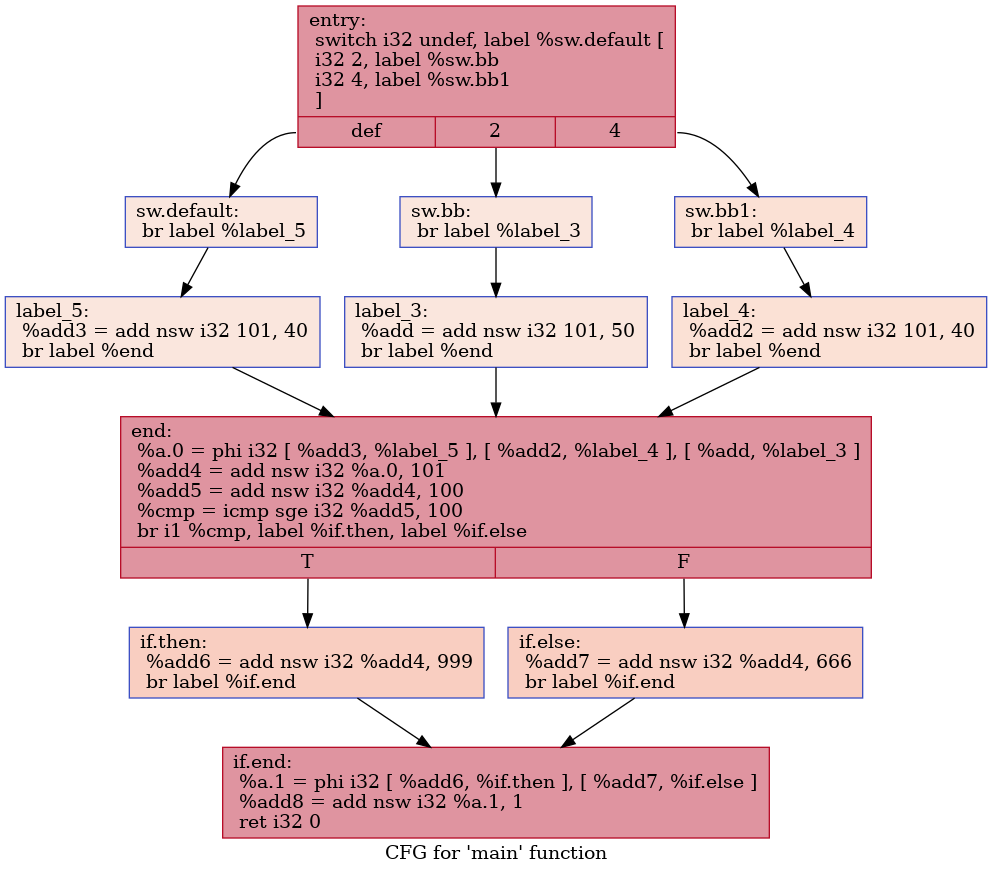
The Graphviz diagram IR/cfg/baseline.dot.png in HPSSA-LLVM/HPSSA-LLVM, before a commit. Its source is kept beside it as IR/cfg/baseline.dot.
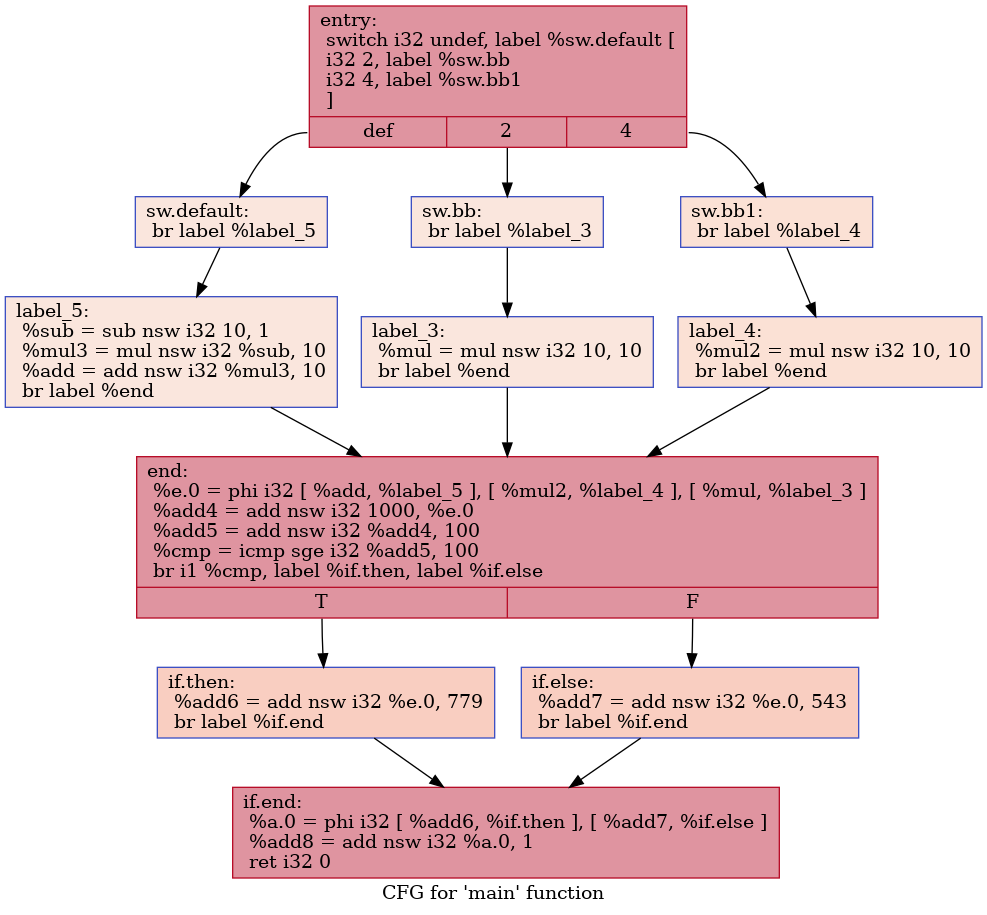
After the change.

The edit, as a diff of the source:
```diff
@@ -1,28 +1,28 @@
 digraph "CFG for 'main' function" {
 	label="CFG for 'main' function";
 
-	Node0x55ea3632d850 [shape=record,color="#b70d28ff", style=filled, fillcolor="#b70d2870",label="{entry:\l  switch i32 undef, label %sw.default [\l    i32 2, label %sw.bb\l    i32 4, label %sw.bb1\l  ]\l|{<s0>def|<s1>2|<s2>4}}"];
-	Node0x55ea3632d850:s0 -> Node0x55ea3632ddb0;
-	Node0x55ea3632d850:s1 -> Node0x55ea3632de30;
-	Node0x55ea3632d850:s2 -> Node0x55ea3632ded0;
-	Node0x55ea3632de30 [shape=record,color="#3d50c3ff", style=filled, fillcolor="#f3c7b170",label="{sw.bb:                                            \l  br label %label_3\l}"];
-	Node0x55ea3632de30 -> Node0x55ea3632e060;
-	Node0x55ea3632ded0 [shape=record,color="#3d50c3ff", style=filled, fillcolor="#f7bca170",label="{sw.bb1:                                           \l  br label %label_4\l}"];
-	Node0x55ea3632ded0 -> Node0x55ea3632e140;
-	Node0x55ea3632ddb0 [shape=record,color="#3d50c3ff", style=filled, fillcolor="#f3c7b170",label="{sw.default:                                       \l  br label %label_5\l}"];
-	Node0x55ea3632ddb0 -> Node0x55ea3632e220;
-	Node0x55ea3632e060 [shape=record,color="#3d50c3ff", style=filled, fillcolor="#f3c7b170",label="{label_3:                                          \l  %add = add nsw i32 101, 50\l  br label %end\l}"];
-	Node0x55ea3632e060 -> Node0x55ea3632e410;
-	Node0x55ea3632e140 [shape=record,color="#3d50c3ff", style=filled, fillcolor="#f7bca170",label="{label_4:                                          \l  %add2 = add nsw i32 101, 40\l  br label %end\l}"];
-	Node0x55ea3632e140 -> Node0x55ea3632e410;
-	Node0x55ea3632e220 [shape=record,color="#3d50c3ff", style=filled, fillcolor="#f3c7b170",label="{label_5:                                          \l  %add3 = add nsw i32 101, 40\l  br label %end\l}"];
-	Node0x55ea3632e220 -> Node0x55ea3632e410;
-	Node0x55ea3632e410 [shape=record,color="#b70d28ff", style=filled, fillcolor="#b70d2870",label="{end:                                              \l  %a.0 = phi i32 [ %add3, %label_5 ], [ %add2, %label_4 ], [ %add, %label_3 ]\l  %add4 = add nsw i32 %a.0, 101\l  %add5 = add nsw i32 %add4, 100\l  %cmp = icmp sge i32 %add5, 100\l  br i1 %cmp, label %if.then, label %if.else\l|{<s0>T|<s1>F}}"];
-	Node0x55ea3632e410:s0 -> Node0x55ea3632ec30;
-	Node0x55ea3632e410:s1 -> Node0x55ea3632eca0;
-	Node0x55ea3632ec30 [shape=record,color="#3d50c3ff", style=filled, fillcolor="#f2907270",label="{if.then:                                          \l  %add6 = add nsw i32 %add4, 999\l  br label %if.end\l}"];
-	Node0x55ea3632ec30 -> Node0x55ea3632eea0;
-	Node0x55ea3632eca0 [shape=record,color="#3d50c3ff", style=filled, fillcolor="#f2907270",label="{if.else:                                          \l  %add7 = add nsw i32 %add4, 666\l  br label %if.end\l}"];
-	Node0x55ea3632eca0 -> Node0x55ea3632eea0;
-	Node0x55ea3632eea0 [shape=record,color="#b70d28ff", style=filled, fillcolor="#b70d2870",label="{if.end:                                           \l  %a.1 = phi i32 [ %add6, %if.then ], [ %add7, %if.else ]\l  %add8 = add nsw i32 %a.1, 1\l  ret i32 0\l}"];
+	Node0x559b91c5f880 [shape=record,color="#b70d28ff", style=filled, fillcolor="#b70d2870",label="{entry:\l  switch i32 undef, label %sw.default [\l    i32 2, label %sw.bb\l    i32 4, label %sw.bb1\l  ]\l|{<s0>def|<s1>2|<s2>4}}"];
+	Node0x559b91c5f880:s0 -> Node0x559b91c5fde0;
+	Node0x559b91c5f880:s1 -> Node0x559b91c5fe60;
+	Node0x559b91c5f880:s2 -> Node0x559b91c5ff00;
+	Node0x559b91c5fe60 [shape=record,color="#3d50c3ff", style=filled, fillcolor="#f3c7b170",label="{sw.bb:                                            \l  br label %label_3\l}"];
+	Node0x559b91c5fe60 -> Node0x559b91c60090;
+	Node0x559b91c5ff00 [shape=record,color="#3d50c3ff", style=filled, fillcolor="#f7bca170",label="{sw.bb1:                                           \l  br label %label_4\l}"];
+	Node0x559b91c5ff00 -> Node0x559b91c60170;
+	Node0x559b91c5fde0 [shape=record,color="#3d50c3ff", style=filled, fillcolor="#f3c7b170",label="{sw.default:                                       \l  br label %label_5\l}"];
+	Node0x559b91c5fde0 -> Node0x559b91c60250;
+	Node0x559b91c60090 [shape=record,color="#3d50c3ff", style=filled, fillcolor="#f3c7b170",label="{label_3:                                          \l  %mul = mul nsw i32 10, 10\l  br label %end\l}"];
+	Node0x559b91c60090 -> Node0x559b91c60410;
+	Node0x559b91c60170 [shape=record,color="#3d50c3ff", style=filled, fillcolor="#f7bca170",label="{label_4:                                          \l  %mul2 = mul nsw i32 10, 10\l  br label %end\l}"];
+	Node0x559b91c60170 -> Node0x559b91c60410;
+	Node0x559b91c60250 [shape=record,color="#3d50c3ff", style=filled, fillcolor="#f3c7b170",label="{label_5:                                          \l  %sub = sub nsw i32 10, 1\l  %mul3 = mul nsw i32 %sub, 10\l  %add = add nsw i32 %mul3, 10\l  br label %end\l}"];
+	Node0x559b91c60250 -> Node0x559b91c60410;
+	Node0x559b91c60410 [shape=record,color="#b70d28ff", style=filled, fillcolor="#b70d2870",label="{end:                                              \l  %e.0 = phi i32 [ %add, %label_5 ], [ %mul2, %label_4 ], [ %mul, %label_3 ]\l  %add4 = add nsw i32 1000, %e.0\l  %add5 = add nsw i32 %add4, 100\l  %cmp = icmp sge i32 %add5, 100\l  br i1 %cmp, label %if.then, label %if.else\l|{<s0>T|<s1>F}}"];
+	Node0x559b91c60410:s0 -> Node0x559b91c60dc0;
+	Node0x559b91c60410:s1 -> Node0x559b91c60e30;
+	Node0x559b91c60dc0 [shape=record,color="#3d50c3ff", style=filled, fillcolor="#f2907270",label="{if.then:                                          \l  %add6 = add nsw i32 %e.0, 779\l  br label %if.end\l}"];
+	Node0x559b91c60dc0 -> Node0x559b91c61030;
+	Node0x559b91c60e30 [shape=record,color="#3d50c3ff", style=filled, fillcolor="#f2907270",label="{if.else:                                          \l  %add7 = add nsw i32 %e.0, 543\l  br label %if.end\l}"];
+	Node0x559b91c60e30 -> Node0x559b91c61030;
+	Node0x559b91c61030 [shape=record,color="#b70d28ff", style=filled, fillcolor="#b70d2870",label="{if.end:                                           \l  %a.0 = phi i32 [ %add6, %if.then ], [ %add7, %if.else ]\l  %add8 = add nsw i32 %a.0, 1\l  ret i32 0\l}"];
 }
```
